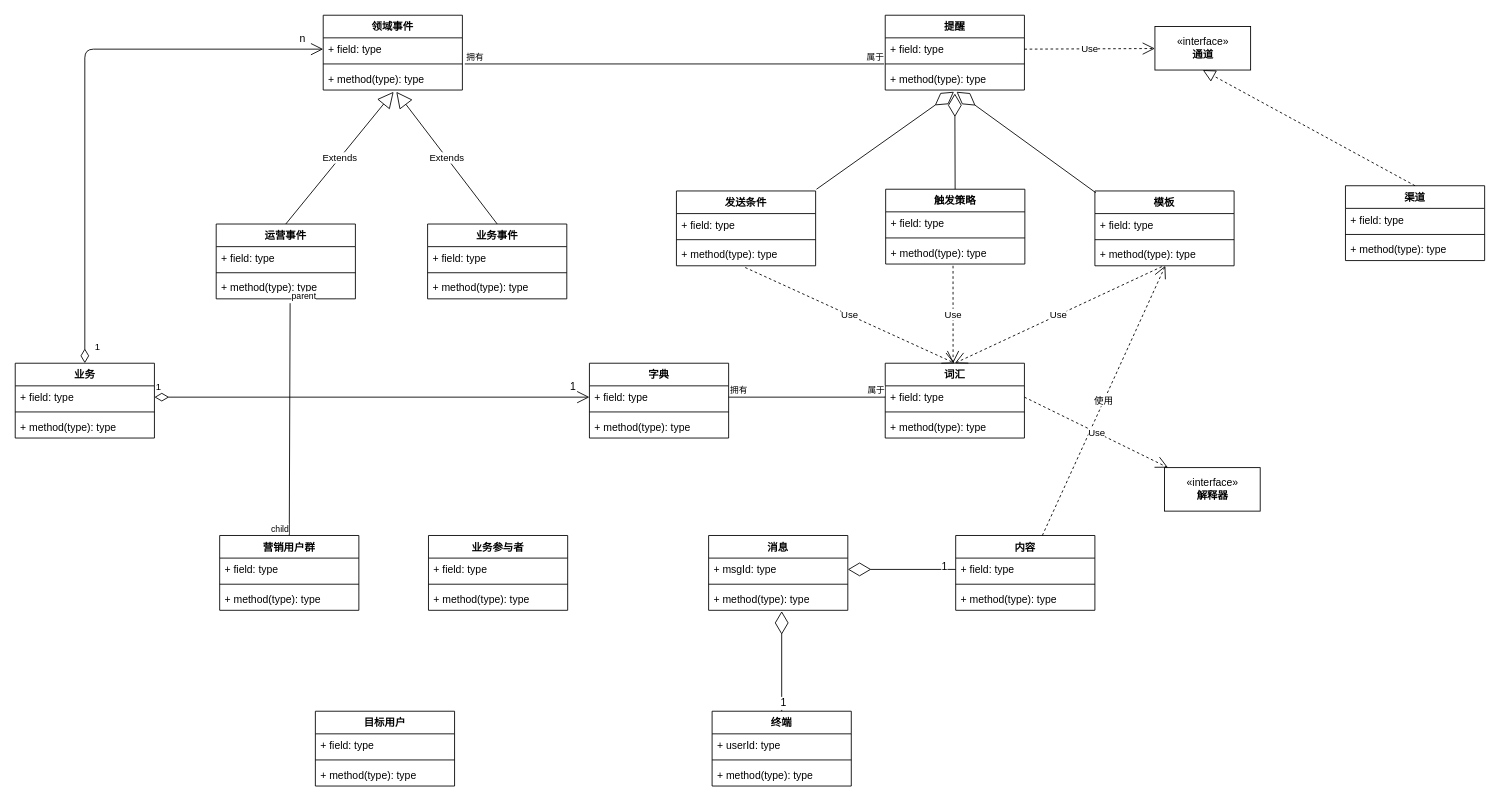
This is page "Page-2" (2 of 3) of 业务系统/提醒中心.drawio from NonePro/UML, a draw.io file, before an edit. Source tidied: cells renumbered, new cells numbered last; positions are measured from the earlier drawing's top-left corner, leaving out a move shared by most shapes. Both pictures are drawn from the tidied source at 87%, with x=0, y=0 at pixel (15, 15).
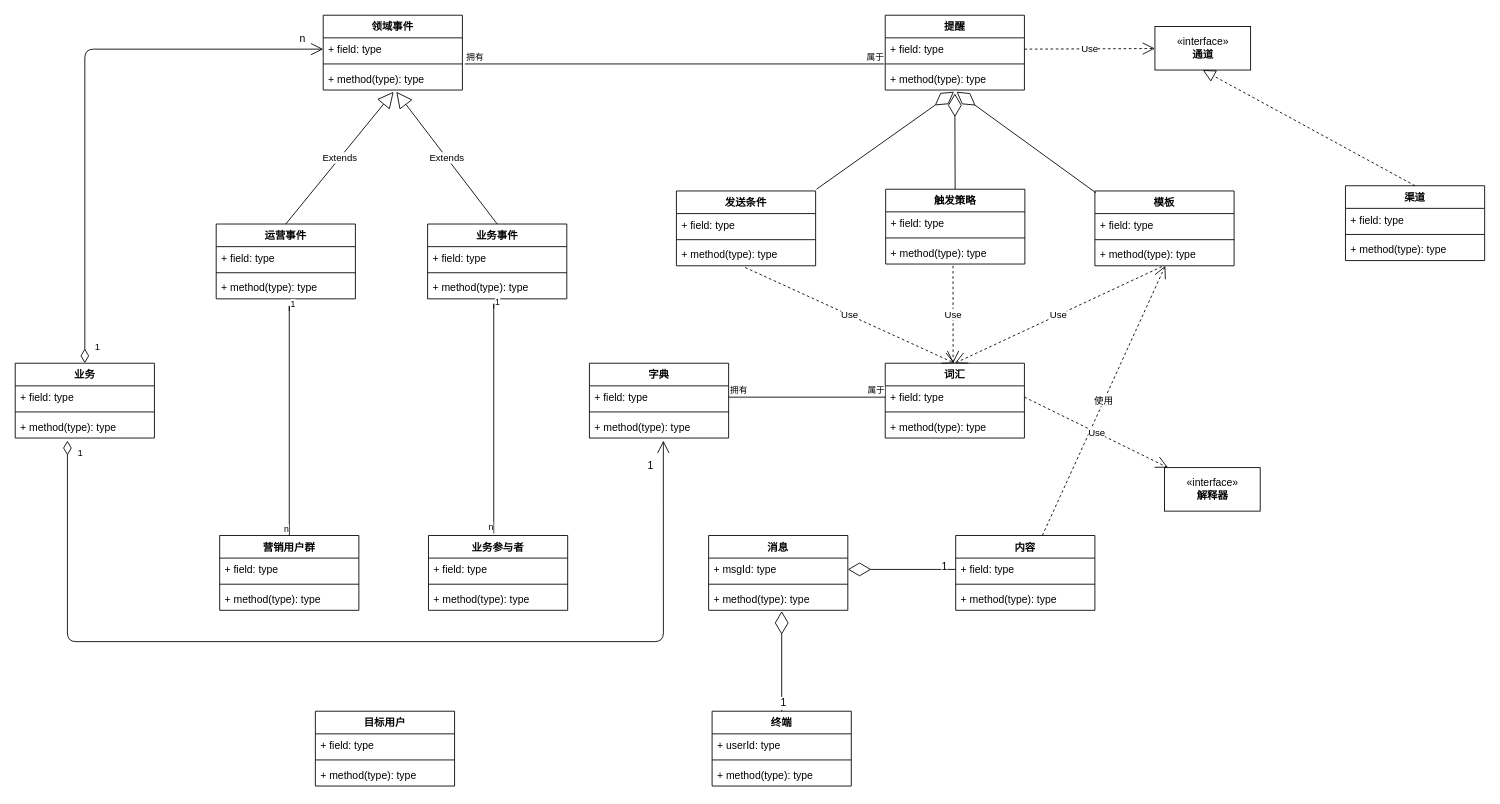
Above is the later version.

Unchanged cells that the change refers to:
```xml
<mxCell id="3" value="+ field: type" style="text;strokeColor=none;fillColor=none;align=left;verticalAlign=top;spacingLeft=4;spacingRight=4;overflow=hidden;points=[[0,0.5],[1,0.5]];portConstraint=eastwest;" parent="2" vertex="1">
  <mxGeometry y="26" width="160" height="26" as="geometry" />
</mxCell>
<mxCell id="21" value="+ method(type): type" style="text;strokeColor=none;fillColor=none;align=left;verticalAlign=top;spacingLeft=4;spacingRight=4;overflow=hidden;points=[[0,0.5],[1,0.5]];portConstraint=eastwest;" parent="18" vertex="1">
  <mxGeometry y="60" width="160" height="26" as="geometry" />
</mxCell>
<mxCell id="32" value="营销用户群" style="swimlane;fontStyle=1;align=center;verticalAlign=top;horizontal=1;startSize=26;" parent="1" vertex="1">
  <mxGeometry x="235" y="598" width="160" height="86" as="geometry" />
</mxCell>
<mxCell id="78" value="+ field: type" style="text;strokeColor=none;fillColor=none;align=left;verticalAlign=top;spacingLeft=4;spacingRight=4;overflow=hidden;points=[[0,0.5],[1,0.5]];portConstraint=eastwest;" parent="77" vertex="1">
  <mxGeometry y="26" width="160" height="26" as="geometry" />
</mxCell>
<mxCell id="80" value="+ method(type): type" style="text;strokeColor=none;fillColor=none;align=left;verticalAlign=top;spacingLeft=4;spacingRight=4;overflow=hidden;points=[[0,0.5],[1,0.5]];portConstraint=eastwest;" parent="77" vertex="1">
  <mxGeometry y="60" width="160" height="26" as="geometry" />
</mxCell>
```

Diff of the diagram source:
```diff
@@
-    <mxCell id="94" value="1" style="endArrow=open;html=1;endSize=12;startArrow=diamondThin;startSize=14;startFill=0;edgeStyle=orthogonalEdgeStyle;align=left;verticalAlign=bottom;exitX=1;exitY=0.5;exitDx=0;exitDy=0;entryX=0;entryY=0.5;entryDx=0;entryDy=0;" parent="1" edge="1" source="3" target="78">
-      <mxGeometry x="-1" y="3" relative="1" as="geometry" />
+    <mxCell id="94" value="1" style="endArrow=open;html=1;endSize=12;startArrow=diamondThin;startSize=14;startFill=0;edgeStyle=orthogonalEdgeStyle;align=left;verticalAlign=bottom;entryX=0.531;entryY=1.115;entryDx=0;entryDy=0;entryPerimeter=0;" parent="1" edge="1" target="80">
+      <mxGeometry x="-0.96" y="10" relative="1" as="geometry">
+        <mxPoint x="60" y="489" as="sourcePoint" />
+        <Array as="points">
+          <mxPoint x="60" y="720" />
+          <mxPoint x="745" y="720" />
+        </Array>
+      </mxGeometry>
     </mxCell>
     <mxCell id="95" value="1" style="text;html=1;align=center;verticalAlign=middle;labelBackgroundColor=#ffffff;" parent="94" vertex="1">
       <mxGeometry x="0.92" y="2" relative="1" as="geometry">
-        <mxPoint y="-11" as="offset" />
+        <mxPoint x="-13" y="-18" as="offset" />
       </mxGeometry>
     </mxCell>
@@
-    <mxCell id="98" style="endArrow=none;html=1;edgeStyle=orthogonalEdgeStyle;exitX=0.531;exitY=1.192;exitDx=0;exitDy=0;exitPerimeter=0;entryX=0.5;entryY=0;entryDx=0;entryDy=0;" parent="1" edge="1" source="21" target="32">
+    <mxCell id="98" style="endArrow=none;html=1;edgeStyle=orthogonalEdgeStyle;entryX=0.5;entryY=0;entryDx=0;entryDy=0;" parent="1" edge="1" target="32">
       <mxGeometry relative="1" as="geometry">
+        <mxPoint x="315" y="340" as="sourcePoint" />
         <Array as="points">
           <mxPoint x="315" y="331" />
         </Array>
       </mxGeometry>
     </mxCell>
-    <mxCell id="99" value="parent" style="html=1;align=left;verticalAlign=bottom;labelBackgroundColor=#ffffff;fontSize=10;" parent="98" vertex="1">
+    <mxCell id="99" value="1" style="html=1;align=left;verticalAlign=bottom;labelBackgroundColor=#ffffff;fontSize=10;" parent="98" vertex="1">
       <mxGeometry x="-1" relative="1" as="geometry" />
     </mxCell>
-    <mxCell id="100" value="child" style="html=1;align=right;verticalAlign=bottom;labelBackgroundColor=#ffffff;fontSize=10;" parent="98" vertex="1">
+    <mxCell id="100" value="n" style="html=1;align=right;verticalAlign=bottom;labelBackgroundColor=#ffffff;fontSize=10;" parent="98" vertex="1">
       <mxGeometry x="1" relative="1" as="geometry" />
     </mxCell>
+    <mxCell id="101" style="endArrow=none;html=1;edgeStyle=orthogonalEdgeStyle;entryX=0.5;entryY=0;entryDx=0;entryDy=0;" parent="1" edge="1">
+      <mxGeometry relative="1" as="geometry">
+        <mxPoint x="550" y="337.5" as="sourcePoint" />
+        <mxPoint x="550" y="595.5" as="targetPoint" />
+        <Array as="points">
+          <mxPoint x="550" y="328.5" />
+        </Array>
+      </mxGeometry>
+    </mxCell>
+    <mxCell id="102" value="1" style="html=1;align=left;verticalAlign=bottom;labelBackgroundColor=#ffffff;fontSize=10;" parent="101" vertex="1">
+      <mxGeometry x="-1" relative="1" as="geometry" />
+    </mxCell>
+    <mxCell id="103" value="n" style="html=1;align=right;verticalAlign=bottom;labelBackgroundColor=#ffffff;fontSize=10;" parent="101" vertex="1">
+      <mxGeometry x="1" relative="1" as="geometry" />
+    </mxCell>
```
